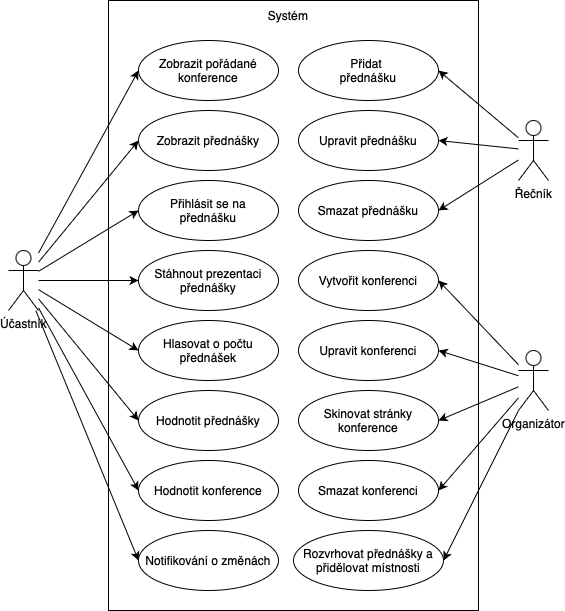
This is Dokumentace/SOA/assets/use-case.png from andrlikjirka/4it575-sp, a draw.io export, as it was before one commit. Source tidied: cells renumbered, new cells last; positions are measured from the earlier drawing's top-left corner, leaving out a move shared by most shapes.
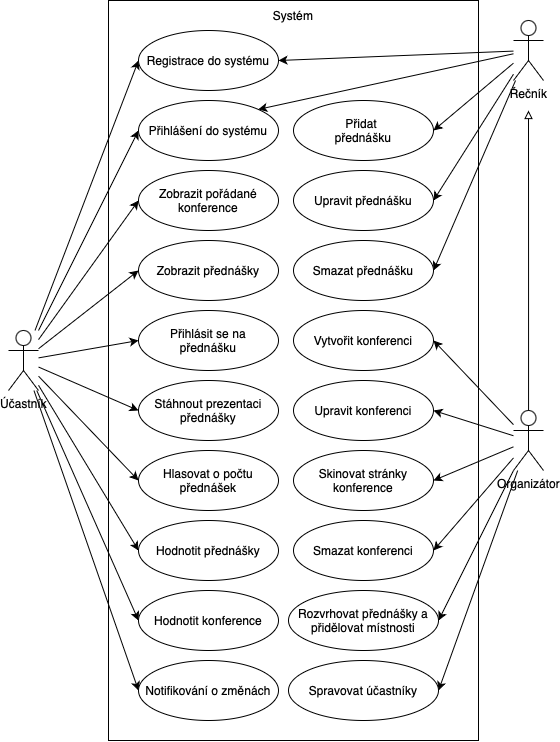
Above is the later version.

Commit message:
update use case

The edit, as a diff of the source:
```diff
@@ -2,9 +2,9 @@
   <root>
     <mxCell id="0" />
     <mxCell id="1" parent="0" />
-    <mxCell id="2" style="rounded=0;whiteSpace=wrap;html=1;" parent="1" vertex="1">
-      <mxGeometry x="100" width="370" height="610" as="geometry" />
-    </mxCell>
+    <mxCell id="39" style="rounded=0;whiteSpace=wrap;html=1;" parent="1" vertex="1">
+      <mxGeometry x="100" y="-130" width="370" height="740" as="geometry" />
+    </mxCell>
     <mxCell id="3" style="rounded=0;jettySize=auto;html=1;entryX=0;entryY=0.5;entryDx=0;entryDy=0;" parent="1" edge="1" source="11" target="22">
       <mxGeometry relative="1" as="geometry" />
     </mxCell>
@@ -29,8 +29,14 @@
     <mxCell id="10" style="rounded=0;jettySize=auto;html=1;entryX=0;entryY=0.5;entryDx=0;entryDy=0;" parent="1" edge="1" source="11" target="37">
       <mxGeometry relative="1" as="geometry" />
     </mxCell>
+    <mxCell id="40" style="rounded=0;jettySize=auto;html=1;entryX=0;entryY=0.5;entryDx=0;entryDy=0;" parent="1" edge="1" source="11" target="47">
+      <mxGeometry relative="1" as="geometry" />
+    </mxCell>
+    <mxCell id="41" style="rounded=0;jettySize=auto;html=1;entryX=0;entryY=0.5;entryDx=0;entryDy=0;" parent="1" edge="1" source="11" target="46">
+      <mxGeometry relative="1" as="geometry" />
+    </mxCell>
     <mxCell id="11" value="Účastník" style="shape=umlActor;verticalLabelPosition=bottom;verticalAlign=top;html=1;" parent="1" vertex="1">
-      <mxGeometry y="250" width="30" height="60" as="geometry" />
+      <mxGeometry y="200" width="30" height="60" as="geometry" />
     </mxCell>
     <mxCell id="12" style="rounded=0;jettySize=auto;html=1;entryX=1;entryY=0.5;entryDx=0;entryDy=0;" parent="1" edge="1" source="15" target="28">
       <mxGeometry relative="1" as="geometry" />
@@ -41,8 +47,14 @@
     <mxCell id="14" style="rounded=0;jettySize=auto;html=1;entryX=1;entryY=0.5;entryDx=0;entryDy=0;" parent="1" edge="1" source="15" target="29">
       <mxGeometry relative="1" as="geometry" />
     </mxCell>
+    <mxCell id="42" style="rounded=0;jettySize=auto;html=1;entryX=1;entryY=0;entryDx=0;entryDy=0;" parent="1" edge="1" source="15" target="47">
+      <mxGeometry relative="1" as="geometry" />
+    </mxCell>
+    <mxCell id="43" style="rounded=0;jettySize=auto;html=1;entryX=1;entryY=0.5;entryDx=0;entryDy=0;" parent="1" edge="1" source="15" target="46">
+      <mxGeometry relative="1" as="geometry" />
+    </mxCell>
     <mxCell id="15" value="Řečník" style="shape=umlActor;verticalLabelPosition=bottom;verticalAlign=top;html=1;" parent="1" vertex="1">
-      <mxGeometry x="510" y="120" width="30" height="60" as="geometry" />
+      <mxGeometry x="505" y="-110" width="30" height="60" as="geometry" />
     </mxCell>
     <mxCell id="16" style="rounded=0;jettySize=auto;html=1;entryX=1;entryY=0.5;entryDx=0;entryDy=0;" parent="1" edge="1" source="21" target="31">
       <mxGeometry relative="1" as="geometry" />
@@ -59,8 +71,16 @@
     <mxCell id="20" style="rounded=0;jettySize=auto;html=1;entryX=1;entryY=0.5;entryDx=0;entryDy=0;" parent="1" edge="1" source="21" target="38">
       <mxGeometry relative="1" as="geometry" />
     </mxCell>
+    <mxCell id="44" style="edgeStyle=orthogonalEdgeStyle;rounded=0;jettySize=auto;html=1;endArrow=block;endFill=0;" parent="1" edge="1" source="21">
+      <mxGeometry relative="1" as="geometry">
+        <mxPoint x="520" y="-20" as="targetPoint" />
+      </mxGeometry>
+    </mxCell>
+    <mxCell id="45" style="rounded=0;jettySize=auto;html=1;entryX=1;entryY=0.5;entryDx=0;entryDy=0;" parent="1" edge="1" source="21" target="48">
+      <mxGeometry relative="1" as="geometry" />
+    </mxCell>
     <mxCell id="21" value="Organizátor" style="shape=umlActor;verticalLabelPosition=bottom;verticalAlign=top;html=1;" parent="1" vertex="1">
-      <mxGeometry x="510" y="350" width="30" height="60" as="geometry" />
+      <mxGeometry x="505" y="280" width="30" height="60" as="geometry" />
     </mxCell>
     <mxCell id="22" value="Zobrazit pořádané konference" style="ellipse;whiteSpace=wrap;html=1;" parent="1" vertex="1">
       <mxGeometry x="130" y="40" width="140" height="60" as="geometry" />
@@ -81,28 +101,28 @@
       <mxGeometry x="130" y="390" width="140" height="60" as="geometry" />
     </mxCell>
     <mxCell id="28" value="Přidat&amp;nbsp;&lt;br&gt;přednášku" style="ellipse;whiteSpace=wrap;html=1;" parent="1" vertex="1">
-      <mxGeometry x="290" y="40" width="140" height="60" as="geometry" />
+      <mxGeometry x="285" y="-30" width="140" height="60" as="geometry" />
     </mxCell>
     <mxCell id="29" value="Smazat přednášku" style="ellipse;whiteSpace=wrap;html=1;" parent="1" vertex="1">
-      <mxGeometry x="290" y="180" width="140" height="60" as="geometry" />
+      <mxGeometry x="285" y="110" width="140" height="60" as="geometry" />
     </mxCell>
     <mxCell id="30" value="Upravit přednášku" style="ellipse;whiteSpace=wrap;html=1;" parent="1" vertex="1">
-      <mxGeometry x="290" y="110" width="140" height="60" as="geometry" />
+      <mxGeometry x="285" y="40" width="140" height="60" as="geometry" />
     </mxCell>
     <mxCell id="31" value="Vytvořit konferenci" style="ellipse;whiteSpace=wrap;html=1;" parent="1" vertex="1">
-      <mxGeometry x="290" y="250" width="140" height="60" as="geometry" />
+      <mxGeometry x="285" y="180" width="140" height="60" as="geometry" />
     </mxCell>
     <mxCell id="32" value="Skinovat stránky konference" style="ellipse;whiteSpace=wrap;html=1;" parent="1" vertex="1">
-      <mxGeometry x="290" y="390" width="140" height="60" as="geometry" />
+      <mxGeometry x="285" y="320" width="140" height="60" as="geometry" />
     </mxCell>
     <mxCell id="33" value="Smazat konferenci" style="ellipse;whiteSpace=wrap;html=1;" parent="1" vertex="1">
-      <mxGeometry x="290" y="460" width="140" height="60" as="geometry" />
+      <mxGeometry x="285" y="390" width="140" height="60" as="geometry" />
     </mxCell>
     <mxCell id="34" value="Systém" style="text;html=1;strokeColor=none;fillColor=none;align=center;verticalAlign=middle;whiteSpace=wrap;rounded=0;" parent="1" vertex="1">
-      <mxGeometry x="250" width="60" height="30" as="geometry" />
+      <mxGeometry x="255" y="-130" width="60" height="30" as="geometry" />
     </mxCell>
     <mxCell id="35" value="Rozvrhovat přednášky a přidělovat místnosti" style="ellipse;whiteSpace=wrap;html=1;" parent="1" vertex="1">
-      <mxGeometry x="285" y="530" width="150" height="60" as="geometry" />
+      <mxGeometry x="280" y="460" width="150" height="60" as="geometry" />
     </mxCell>
     <mxCell id="36" value="Notifikování o změnách" style="ellipse;whiteSpace=wrap;html=1;" parent="1" vertex="1">
       <mxGeometry x="130" y="530" width="140" height="60" as="geometry" />
@@ -111,7 +131,16 @@
       <mxGeometry x="130" y="460" width="140" height="60" as="geometry" />
     </mxCell>
     <mxCell id="38" value="Upravit konferenci" style="ellipse;whiteSpace=wrap;html=1;" parent="1" vertex="1">
-      <mxGeometry x="290" y="320" width="140" height="60" as="geometry" />
+      <mxGeometry x="285" y="250" width="140" height="60" as="geometry" />
     </mxCell>
+    <mxCell id="46" value="Registrace do systému" style="ellipse;whiteSpace=wrap;html=1;" parent="1" vertex="1">
+      <mxGeometry x="130" y="-100" width="140" height="60" as="geometry" />
+    </mxCell>
+    <mxCell id="47" value="Přihlášení do systému" style="ellipse;whiteSpace=wrap;html=1;" parent="1" vertex="1">
+      <mxGeometry x="130" y="-30" width="140" height="60" as="geometry" />
+    </mxCell>
+    <mxCell id="48" value="Spravovat účastníky" style="ellipse;whiteSpace=wrap;html=1;" parent="1" vertex="1">
+      <mxGeometry x="280" y="530" width="150" height="60" as="geometry" />
+    </mxCell>
   </root>
 </mxGraphModel>
```
